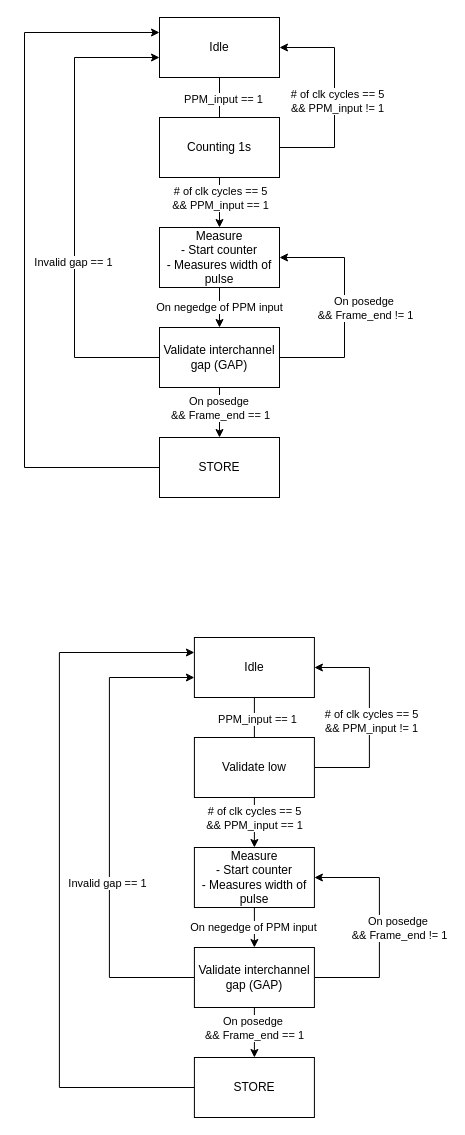
conneroisu/cpre488 keeps this draw.io diagram as PPM_Generation_Diagram.drawio. Above is the earlier version. Source tidied: cells renumbered, new cells numbered last; positions are measured from the earlier drawing's top-left corner, leaving out a move shared by most shapes. Both pictures are drawn from the tidied source at 100%, with x=0, y=0 at pixel (24, 17).
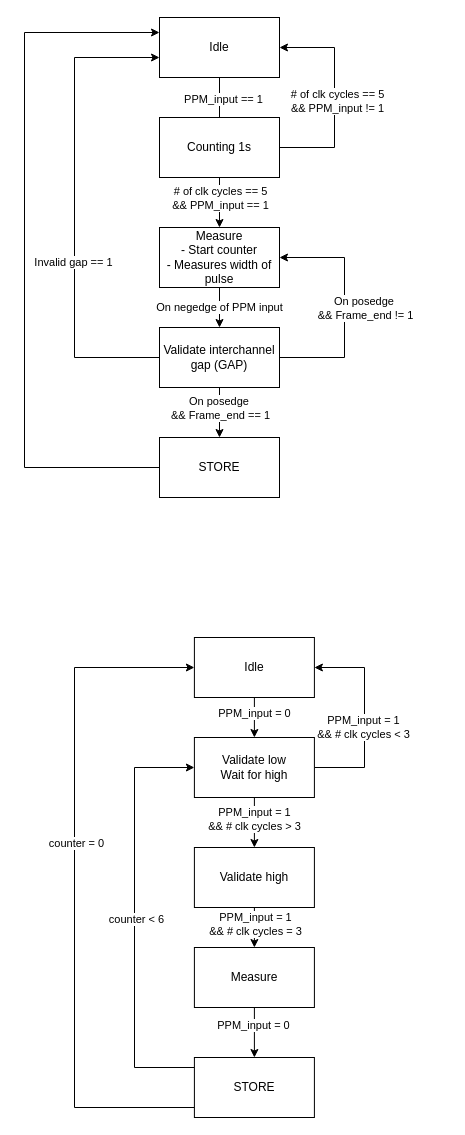
After the change.

Unchanged cells that the change refers to:
```xml
<mxCell id="24" value="Idle" style="rounded=0;whiteSpace=wrap;html=1;" parent="1" vertex="1">
  <mxGeometry x="169.9" y="620" width="120" height="60" as="geometry" />
</mxCell>
<mxCell id="25" style="edgeStyle=orthogonalEdgeStyle;rounded=0;jettySize=auto;html=1;entryX=0.5;entryY=0;entryDx=0;entryDy=0;" parent="1" edge="1" source="27" target="34">
  <mxGeometry relative="1" as="geometry" />
</mxCell>
<mxCell id="30" style="edgeStyle=orthogonalEdgeStyle;rounded=0;jettySize=auto;html=1;" parent="1" edge="1" source="34" target="36">
  <mxGeometry relative="1" as="geometry" />
</mxCell>
<mxCell id="36" value="STORE" style="rounded=0;whiteSpace=wrap;html=1;" parent="1" vertex="1">
  <mxGeometry x="169.9" y="1040" width="120" height="60" as="geometry" />
</mxCell>
<mxCell id="37" style="edgeStyle=orthogonalEdgeStyle;rounded=0;jettySize=auto;html=1;entryX=0.5;entryY=0;entryDx=0;entryDy=0;" parent="1" edge="1" source="41" target="27">
  <mxGeometry relative="1" as="geometry" />
</mxCell>
```

The edit, as a diff of the source:
```diff
@@
-    <mxCell id="22" style="edgeStyle=orthogonalEdgeStyle;rounded=0;jettySize=auto;html=1;" parent="1" edge="1" source="24">
-      <mxGeometry relative="1" as="geometry">
-        <mxPoint x="229.9" y="730" as="targetPoint" />
-      </mxGeometry>
+    <mxCell id="22" style="edgeStyle=orthogonalEdgeStyle;rounded=0;jettySize=auto;html=1;entryX=0.5;entryY=0;entryDx=0;entryDy=0;" parent="1" edge="1" source="24" target="41">
+      <mxGeometry relative="1" as="geometry" />
     </mxCell>
-    <mxCell id="23" value="PPM_input == 1" style="edgeLabel;html=1;align=center;verticalAlign=middle;" parent="22" vertex="1">
-      <mxGeometry x="-0.16" y="3" relative="1" as="geometry" />
-    </mxCell>
+    <mxCell id="42" value="PPM_input = 0" style="edgeLabel;html=1;align=center;verticalAlign=middle;" parent="22" vertex="1">
+      <mxGeometry x="-0.25" relative="1" as="geometry" />
+    </mxCell>
@@
-    <mxCell id="26" value="On negedge of PPM input" style="edgeLabel;html=1;align=center;verticalAlign=middle;" parent="25" vertex="1">
-      <mxGeometry x="-0.04" y="-1" relative="1" as="geometry" />
-    </mxCell>
+    <mxCell id="43" value="PPM_input = 1&lt;div&gt;&amp;amp;&amp;amp; # clk cycles = 3&lt;/div&gt;" style="edgeLabel;html=1;align=center;verticalAlign=middle;" parent="25" vertex="1">
+      <mxGeometry x="-0.2" y="1" relative="1" as="geometry" />
+    </mxCell>
-    <mxCell id="27" value="Measure&lt;br&gt;- Start counter&lt;div&gt;- Measures width of pulse&lt;/div&gt;" style="rounded=0;whiteSpace=wrap;html=1;" parent="1" vertex="1">
+    <mxCell id="27" value="Validate high" style="rounded=0;whiteSpace=wrap;html=1;" parent="1" vertex="1">
       <mxGeometry x="169.9" y="830" width="120" height="60" as="geometry" />
     </mxCell>
-    <mxCell id="28" style="edgeStyle=orthogonalEdgeStyle;rounded=0;jettySize=auto;html=1;entryX=1;entryY=0.5;entryDx=0;entryDy=0;" parent="1" edge="1" source="34" target="27">
-      <mxGeometry relative="1" as="geometry">
-        <Array as="points">
-          <mxPoint x="354.9" y="960" />
-          <mxPoint x="354.9" y="860" />
-        </Array>
-      </mxGeometry>
-    </mxCell>
-    <mxCell id="29" value="On posedge&amp;nbsp;&lt;div&gt;&amp;amp;&amp;amp; Frame_end != 1&lt;/div&gt;" style="edgeLabel;html=1;align=center;verticalAlign=middle;" parent="28" vertex="1">
-      <mxGeometry x="0.16" relative="1" as="geometry">
-        <mxPoint x="20" y="18" as="offset" />
-      </mxGeometry>
-    </mxCell>
@@
-    <mxCell id="31" value="On posedge&amp;nbsp;&lt;br&gt;&amp;amp;&amp;amp; Frame_end == 1" style="edgeLabel;html=1;align=center;verticalAlign=middle;" parent="30" vertex="1">
-      <mxGeometry x="-0.37" y="-3" relative="1" as="geometry">
-        <mxPoint x="3" y="4" as="offset" />
-      </mxGeometry>
-    </mxCell>
-    <mxCell id="32" style="edgeStyle=orthogonalEdgeStyle;rounded=0;jettySize=auto;html=1;" parent="1" edge="1" source="34">
-      <mxGeometry relative="1" as="geometry">
-        <mxPoint x="169.9" y="660" as="targetPoint" />
-        <Array as="points">
-          <mxPoint x="84.9" y="960" />
-          <mxPoint x="84.9" y="660" />
-        </Array>
-      </mxGeometry>
-    </mxCell>
-    <mxCell id="33" value="Invalid gap == 1" style="edgeLabel;html=1;align=center;verticalAlign=middle;" parent="32" vertex="1">
-      <mxGeometry x="0.13" y="2" relative="1" as="geometry">
-        <mxPoint y="86" as="offset" />
-      </mxGeometry>
-    </mxCell>
+    <mxCell id="44" value="PPM_input = 0" style="edgeLabel;html=1;align=center;verticalAlign=middle;" parent="30" vertex="1">
+      <mxGeometry x="-0.33" y="-1" relative="1" as="geometry" />
+    </mxCell>
-    <mxCell id="34" value="Validate interchannel gap (GAP)" style="rounded=0;whiteSpace=wrap;html=1;" parent="1" vertex="1">
+    <mxCell id="34" value="Measure" style="rounded=0;whiteSpace=wrap;html=1;" parent="1" vertex="1">
       <mxGeometry x="169.9" y="930" width="120" height="60" as="geometry" />
     </mxCell>
-    <mxCell id="35" style="edgeStyle=orthogonalEdgeStyle;rounded=0;jettySize=auto;html=1;entryX=0;entryY=0.25;entryDx=0;entryDy=0;" parent="1" edge="1" source="36" target="24">
+    <mxCell id="35" style="edgeStyle=orthogonalEdgeStyle;rounded=0;jettySize=auto;html=1;" parent="1" edge="1" source="36" target="41">
       <mxGeometry relative="1" as="geometry">
         <Array as="points">
-          <mxPoint x="34.9" y="1070" />
-          <mxPoint x="34.9" y="635" />
+          <mxPoint x="110" y="1050" />
+          <mxPoint x="110" y="750" />
         </Array>
       </mxGeometry>
     </mxCell>
+    <mxCell id="45" value="counter &amp;lt; 6" style="edgeLabel;html=1;align=center;verticalAlign=middle;" parent="35" vertex="1">
+      <mxGeometry x="-0.01" y="-1" relative="1" as="geometry" />
+    </mxCell>
+    <mxCell id="46" style="edgeStyle=orthogonalEdgeStyle;rounded=0;jettySize=auto;html=1;entryX=0;entryY=0.5;entryDx=0;entryDy=0;" parent="1" edge="1" source="36" target="24">
+      <mxGeometry relative="1" as="geometry">
+        <Array as="points">
+          <mxPoint x="50" y="1090" />
+          <mxPoint x="50" y="650" />
+        </Array>
+      </mxGeometry>
+    </mxCell>
+    <mxCell id="47" value="counter = 0" style="edgeLabel;html=1;align=center;verticalAlign=middle;" parent="46" vertex="1">
+      <mxGeometry x="0.13" y="-1" relative="1" as="geometry" />
+    </mxCell>
@@
-    <mxCell id="38" value="# of clk cycles == 5&lt;div&gt;&amp;amp;&amp;amp; PPM_input == 1&lt;/div&gt;" style="edgeLabel;html=1;align=center;verticalAlign=middle;" parent="37" vertex="1">
-      <mxGeometry x="-0.27" y="3" relative="1" as="geometry">
-        <mxPoint x="-3" y="2" as="offset" />
-      </mxGeometry>
-    </mxCell>
+    <mxCell id="48" value="PPM_input = 1&lt;br&gt;&amp;amp;&amp;amp; # clk cycles &amp;gt; 3" style="edgeLabel;html=1;align=center;verticalAlign=middle;" parent="37" vertex="1">
+      <mxGeometry x="0.02" y="-1" relative="1" as="geometry">
+        <mxPoint x="1" y="-5" as="offset" />
+      </mxGeometry>
+    </mxCell>
     <mxCell id="39" style="edgeStyle=orthogonalEdgeStyle;rounded=0;jettySize=auto;html=1;entryX=1;entryY=0.5;entryDx=0;entryDy=0;" parent="1" edge="1" source="41" target="24">
       <mxGeometry relative="1" as="geometry">
         <Array as="points">
-          <mxPoint x="344.9" y="750" />
-          <mxPoint x="344.9" y="650" />
+          <mxPoint x="340" y="750" />
+          <mxPoint x="340" y="650" />
         </Array>
       </mxGeometry>
     </mxCell>
-    <mxCell id="40" value="# of clk cycles == 5&lt;div&gt;&amp;amp;&amp;amp; PPM_input != 1&lt;br&gt;&lt;/div&gt;" style="edgeLabel;html=1;align=center;verticalAlign=middle;" parent="39" vertex="1">
-      <mxGeometry x="-0.03" y="-2" relative="1" as="geometry" />
-    </mxCell>
+    <mxCell id="49" value="PPM_input = 1&lt;br&gt;&amp;amp;&amp;amp; # clk cycles &amp;lt; 3" style="edgeLabel;html=1;align=center;verticalAlign=middle;" parent="39" vertex="1">
+      <mxGeometry x="-0.09" y="2" relative="1" as="geometry" />
+    </mxCell>
-    <mxCell id="41" value="Validate low" style="rounded=0;whiteSpace=wrap;html=1;" parent="1" vertex="1">
+    <mxCell id="41" value="Validate low&lt;br&gt;Wait for high" style="rounded=0;whiteSpace=wrap;html=1;" parent="1" vertex="1">
       <mxGeometry x="169.9" y="720" width="120" height="60" as="geometry" />
     </mxCell>
```
